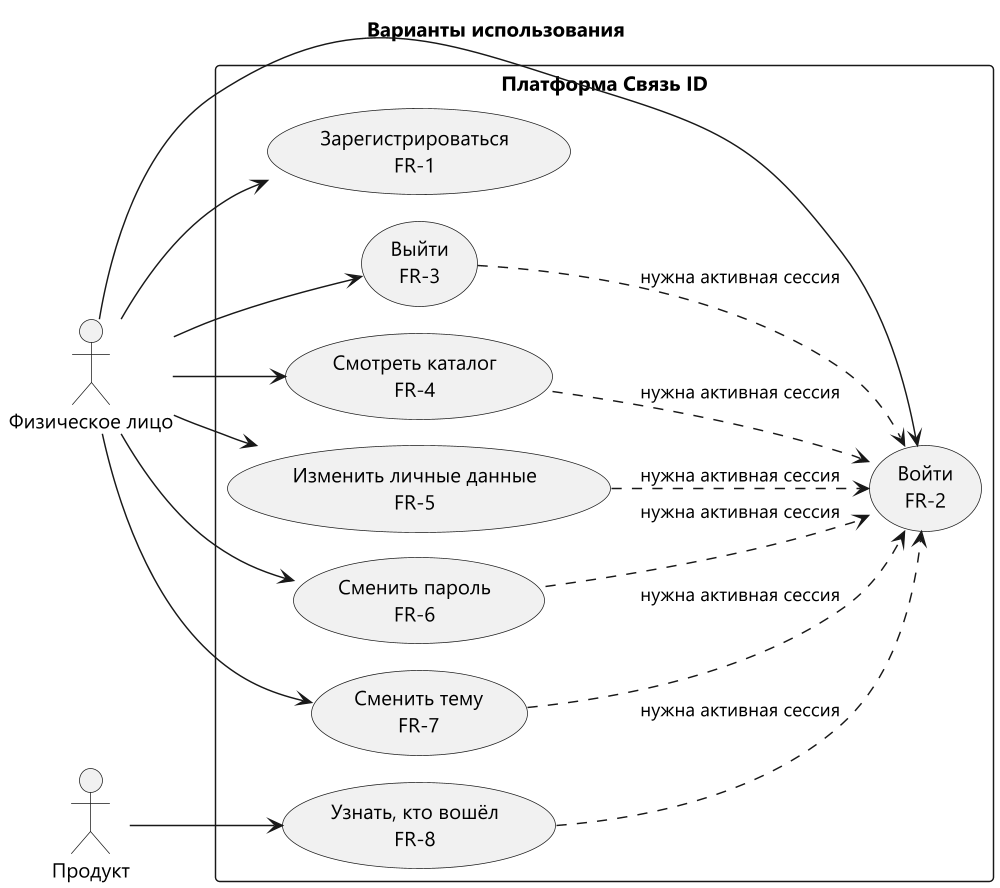
Above: docs/diagrams/usecase.png in Wladislava1/integrator-platform (PlantUML), before the change.
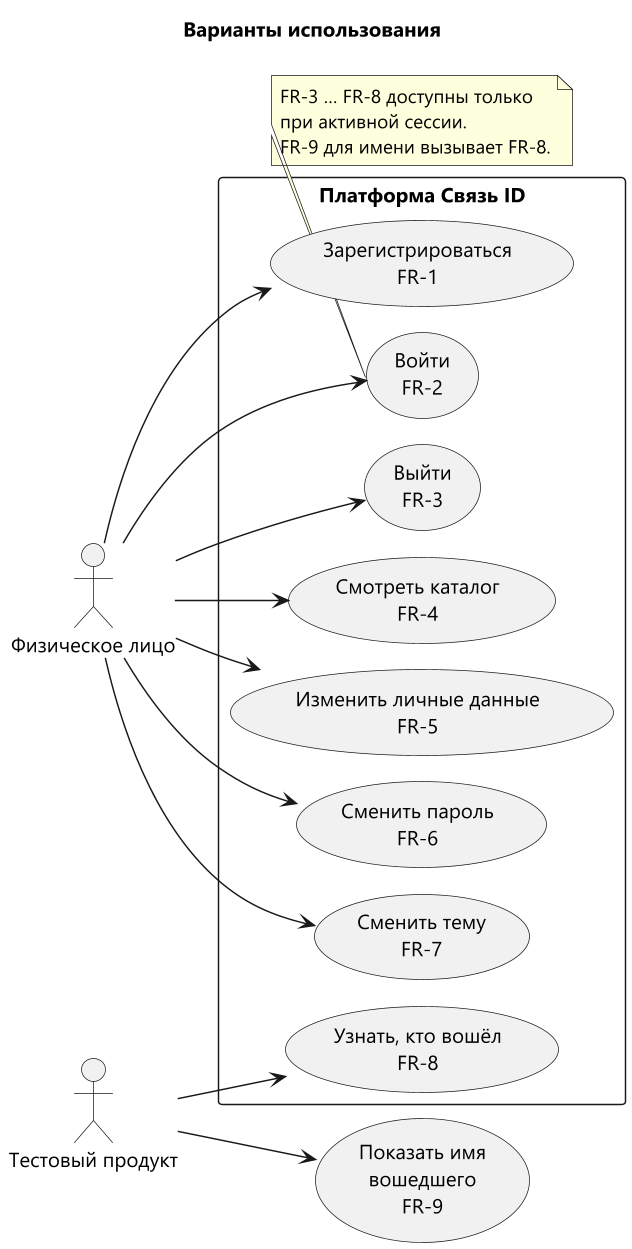
Above is the later version.

What changed in the source:
```diff
@@ -2,11 +2,13 @@
 !pragma layout smetana
 skinparam defaultFontName Segoe UI
 skinparam dpi 140
+skinparam nodesep 12
+skinparam ranksep 18
 left to right direction
 title Варианты использования
 
 actor "Физическое лицо" as person
-actor "Продукт" as product
+actor "Тестовый продукт" as product
 
 rectangle "Платформа Связь ID" {
   usecase "Зарегистрироваться\nFR-1" as UC1
@@ -19,6 +21,8 @@
   usecase "Узнать, кто вошёл\nFR-8" as UC8
 }
 
+usecase "Показать имя\nвошедшего\nFR-9" as UC9
+
 person --> UC1
 person --> UC2
 person --> UC3
@@ -27,11 +31,11 @@
 person --> UC6
 person --> UC7
 product --> UC8
+product --> UC9
 
-UC3 ..> UC2 : нужна активная сессия
-UC4 ..> UC2 : нужна активная сессия
-UC5 ..> UC2 : нужна активная сессия
-UC6 ..> UC2 : нужна активная сессия
-UC7 ..> UC2 : нужна активная сессия
-UC8 ..> UC2 : нужна активная сессия
+note bottom of UC2
+  FR-3 … FR-8 доступны только
+  при активной сессии.
+  FR-9 для имени вызывает FR-8.
+end note
 @enduml
```
